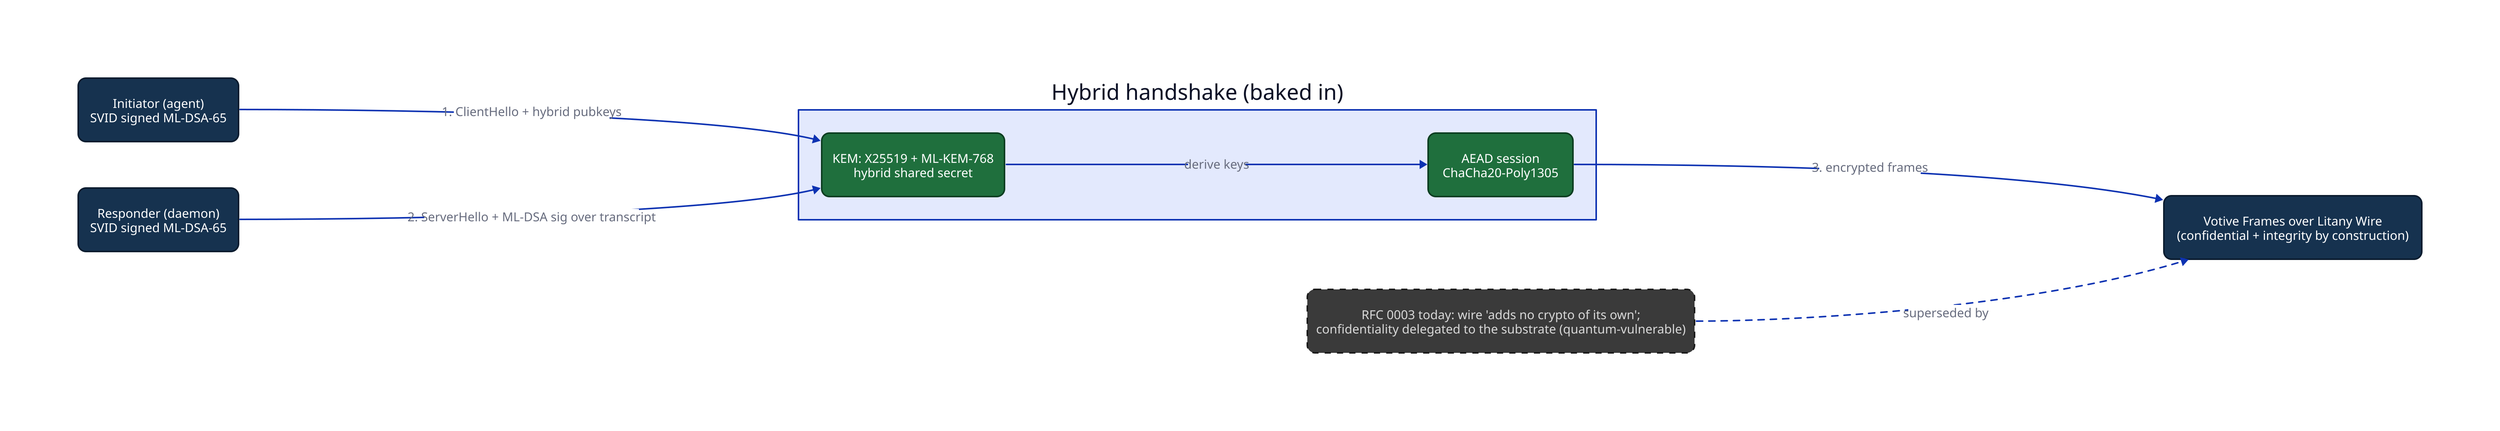
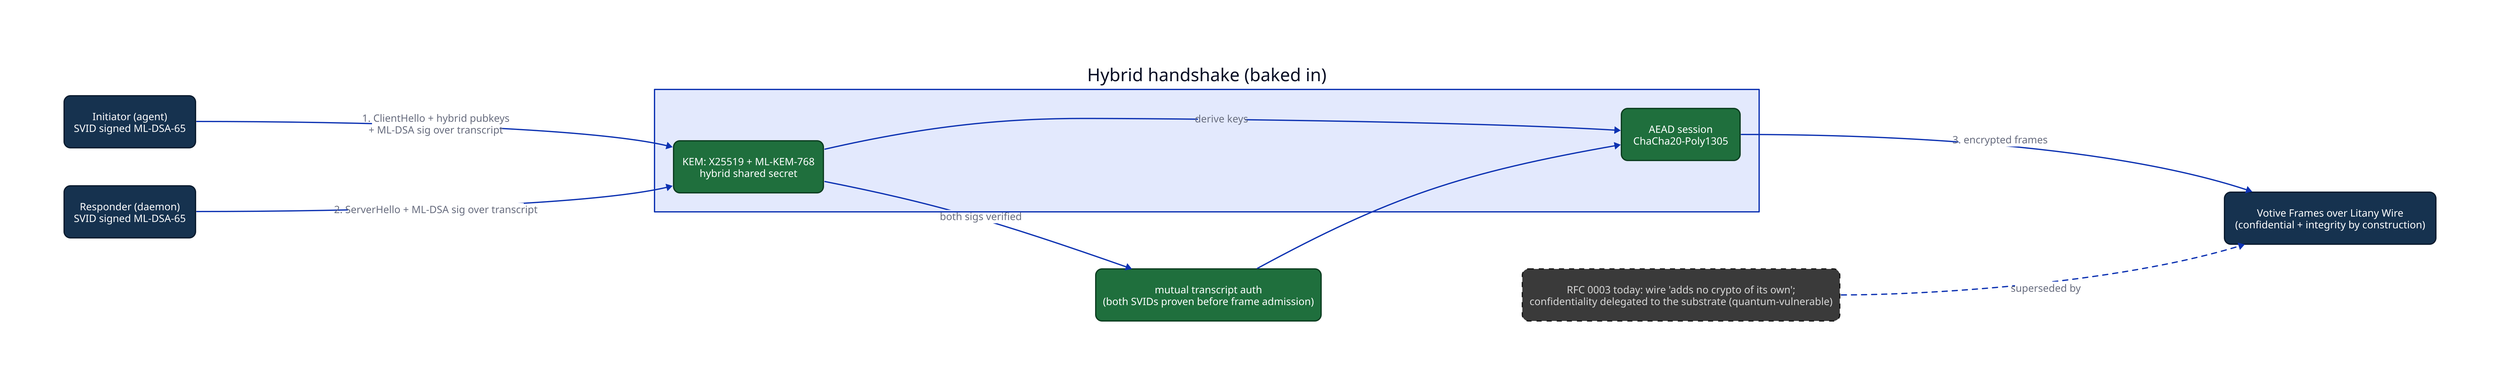
# RFC 0007 · Fig 1 — Post-quantum hybrid handshake on the Litany Wire.
# Source of truth: edit this .d2, then `task diagrams` to regenerate the .svg.
# Do NOT hand-edit the rendered SVG.
direction: right

classes: {
  pq: {
    style: {fill: "#16324f"; stroke: "#0a1b2e"; font-color: "#ffffff"; border-radius: 10}
  }
  classic: {
    style: {fill: "#3a3a3a"; stroke: "#1a1a1a"; font-color: "#d8d8d8"; stroke-dash: 4; border-radius: 10}
  }
  secret: {
    style: {fill: "#1f6f3d"; stroke: "#0c3d20"; font-color: "#ffffff"; border-radius: 10}
  }
}

initiator: "Initiator (agent)\nSVID signed ML-DSA-65" {class: pq}
responder: "Responder (daemon)\nSVID signed ML-DSA-65" {class: pq}

handshake: "Hybrid handshake (baked in)" {
  kem: "KEM: X25519 + ML-KEM-768\nhybrid shared secret" {class: secret}
  aead: "AEAD session\nChaCha20-Poly1305" {class: secret}
  kem -> aead: derive keys
}

frames: "Votive Frames over Litany Wire\n(confidential + integrity by construction)" {class: pq}

- initiator -> handshake.kem: "1. ClientHello + hybrid pubkeys"
+ initiator -> handshake.kem: "1. ClientHello + hybrid pubkeys\n+ ML-DSA sig over transcript"
responder -> handshake.kem: "2. ServerHello + ML-DSA sig over transcript"
+ handshake.kem -> mutual: "both sigs verified"
+ mutual: "mutual transcript auth\n(both SVIDs proven before frame admission)" {class: secret}
+ mutual -> handshake.aead
handshake.aead -> frames: "3. encrypted frames"

today: "RFC 0003 today: wire 'adds no crypto of its own';\nconfidentiality delegated to the substrate (quantum-vulnerable)" {class: classic}
today -> frames: "superseded by" {style.stroke-dash: 4}
